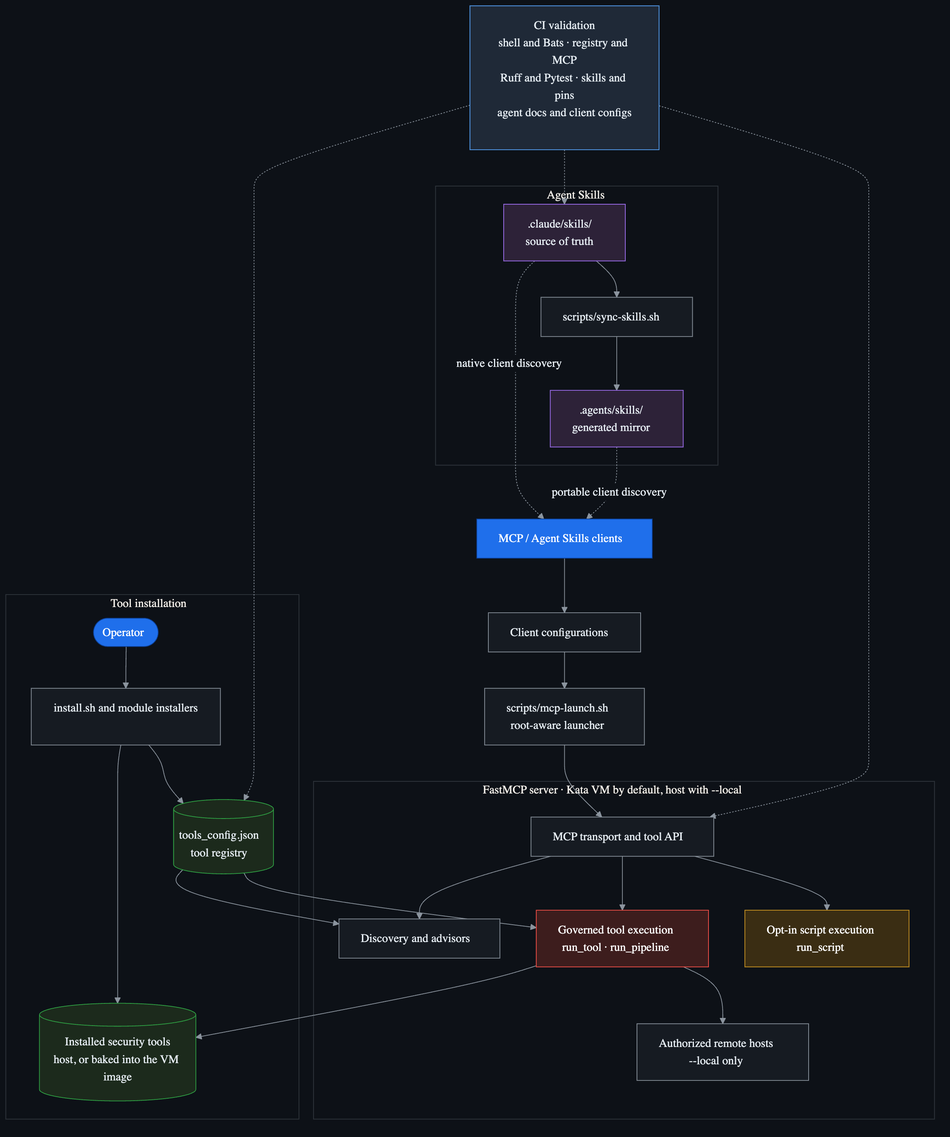
26zl/cybersec-toolkit keeps this Mermaid diagram as assets/how-it-works.png. Above is the earlier version. Its source is kept beside it as assets/how-it-works.mmd.
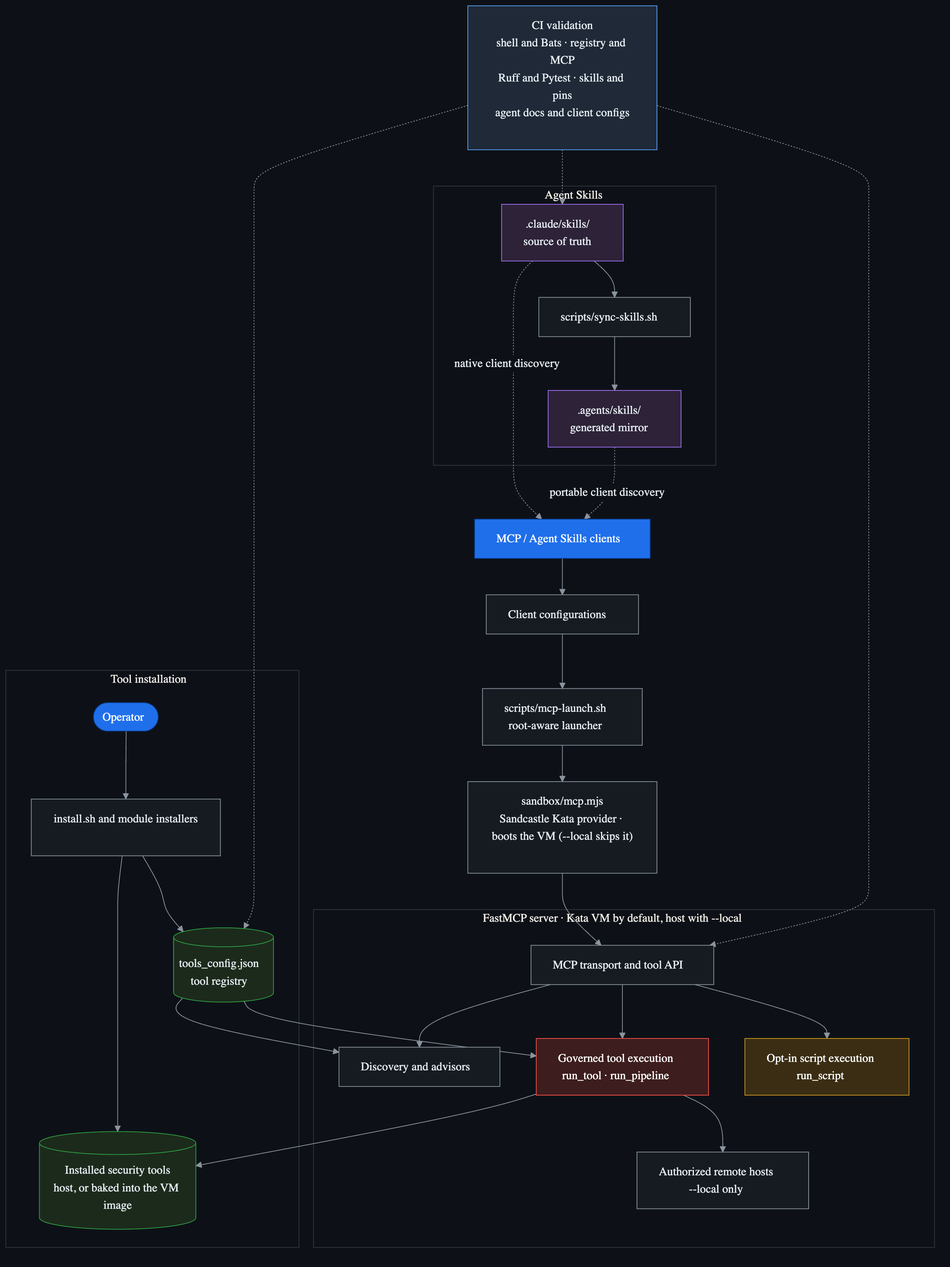
Later version of the same file.

Commit message:
docs: surface Sandcastle in the architecture diagram and README

sandbox/kata.mjs is a Sandcastle isolated-sandbox provider, but the rendered
diagram and README never named it. Add the provider node between the launcher
and the FastMCP-in-VM subgraph, and name Sandcastle in the how-it-works legend
and the Sandbox section.

Diff of the diagram source:
```diff
@@ -3,6 +3,7 @@
     clients["MCP / Agent Skills clients"]:::actor
     configs["Client configurations"]:::core
     launcher["scripts/mcp-launch.sh<br/>root-aware launcher"]:::core
+    sandbox["sandbox/mcp.mjs<br/>Sandcastle Kata provider · boots the VM (--local skips it)"]:::core
 
     clients --> configs --> launcher
 
@@ -20,7 +21,8 @@
         governed --> remote
     end
 
-    launcher --> gateway
+    launcher --> sandbox
+    sandbox --> gateway
 
     subgraph INSTALLER["Tool installation"]
         direction TB
```
